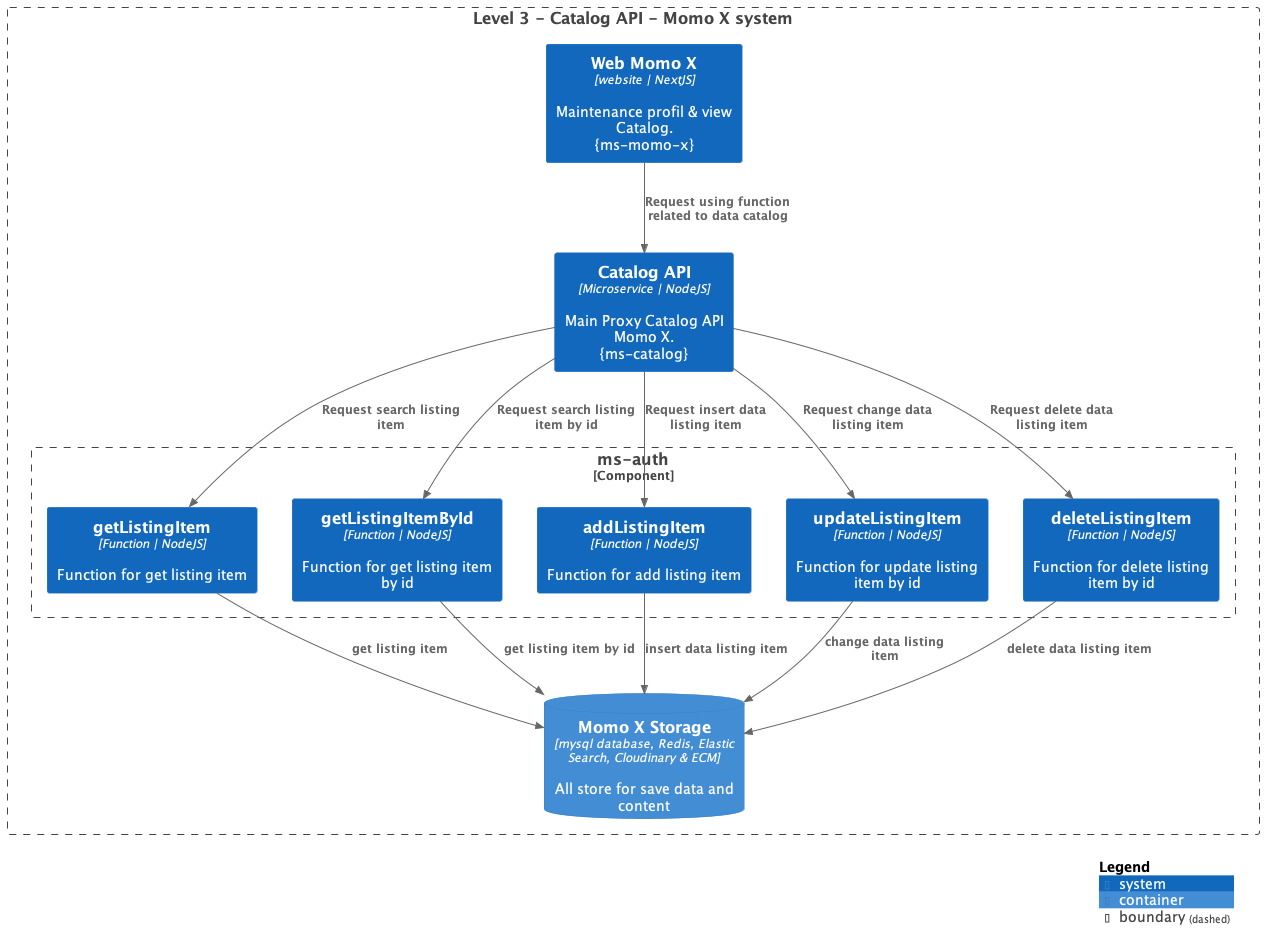
Above: MomoX/ms-catalog/Level 3 - List Catalog API - Momo X System.png in JoshAndreas/Project-C4-Diagram (PlantUML), before the change.
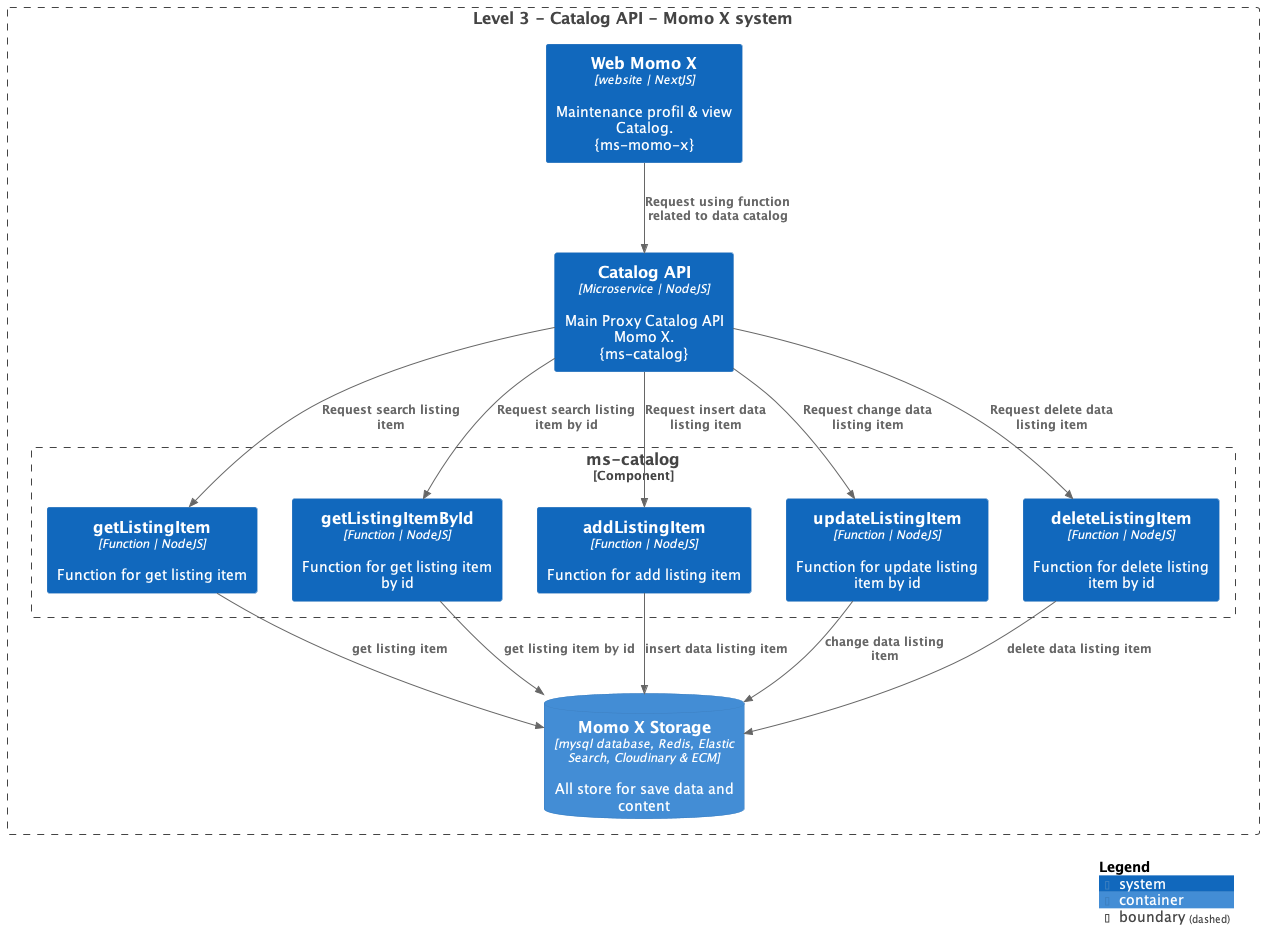
After the change.

Change to the diagram source:
```diff
@@ -6,7 +6,7 @@
     System(web_momo_x, 'Web Momo X', 'Maintenance profil & view Catalog.\n{ms-momo-x}', $type='website | NextJS')
     System(ms_catalog_momo_x, 'Catalog API', 'Main Proxy Catalog API Momo X.\n{ms-catalog}', $type='Microservice | NodeJS')
 
-    Boundary(api_system_momo_x, 'ms-auth' ,'Component'){
+    Boundary(api_system_momo_x, 'ms-catalog' ,'Component'){
 
         System(getListingItem, 'getListingItem', 'Function for get listing item', $type='Function | NodeJS')
         System(getListingItemById, 'getListingItemById', 'Function for get listing item by id', $type='Function | NodeJS')
```
